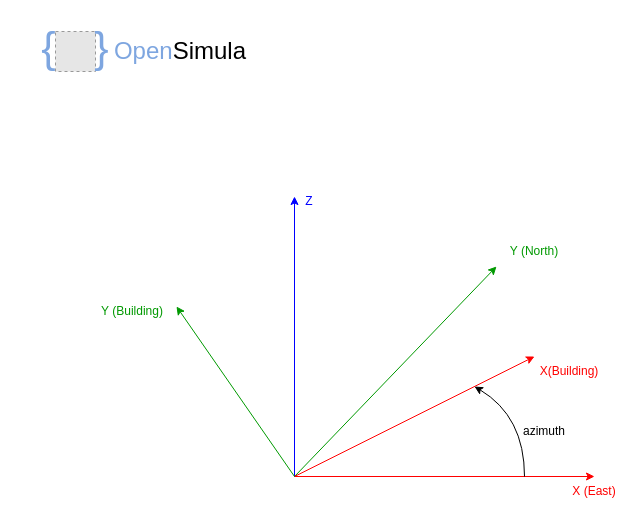
Earlier version of the draw.io diagram page "Página-1" (1 of 4) of mkdocs/draws/Coordinate system.drawio (jfCoronel/OpenSimula). Source tidied: cells renumbered, new cells numbered last; positions are measured from the earlier drawing's top-left corner, leaving out a move shared by most shapes. Both pictures are drawn from the tidied source at 100%, with x=0, y=0 at pixel (17, 17). Pictures stored in the file or linked from it are replaced by grey dashed boxes.
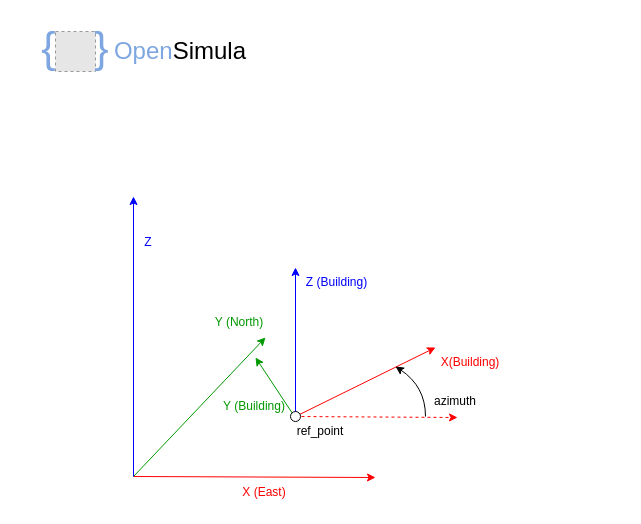
The same diagram, later.

The edit, as a diff of the source:
```diff
@@
     <mxCell id="6" style="endArrow=classic;html=1;rounded=0;fillColor=#0050ef;strokeColor=#FF0000;" parent="1" edge="1">
       <mxGeometry relative="1" as="geometry">
-        <mxPoint x="277" y="459" as="sourcePoint" />
-        <mxPoint x="577" y="459" as="targetPoint" />
+        <mxPoint x="116" y="459" as="sourcePoint" />
+        <mxPoint x="358" y="460" as="targetPoint" />
       </mxGeometry>
     </mxCell>
     <mxCell id="7" style="endArrow=classic;html=1;rounded=0;fillColor=#e51400;strokeColor=#009900;" parent="1" edge="1">
       <mxGeometry relative="1" as="geometry">
-        <mxPoint x="277" y="459" as="sourcePoint" />
-        <mxPoint x="479" y="249" as="targetPoint" />
+        <mxPoint x="116" y="459" as="sourcePoint" />
+        <mxPoint x="248" y="320" as="targetPoint" />
       </mxGeometry>
     </mxCell>
     <mxCell id="8" style="endArrow=classic;html=1;rounded=0;fillColor=#008a00;strokeColor=#0000FF;" parent="1" edge="1">
       <mxGeometry relative="1" as="geometry">
-        <mxPoint x="277" y="459" as="sourcePoint" />
-        <mxPoint x="277" y="179" as="targetPoint" />
+        <mxPoint x="116" y="459" as="sourcePoint" />
+        <mxPoint x="116" y="179" as="targetPoint" />
       </mxGeometry>
     </mxCell>
     <mxCell id="9" value="X (East)" style="text;strokeColor=none;align=center;fillColor=none;html=1;verticalAlign=middle;whiteSpace=wrap;rounded=0;fontColor=#FF0000;" parent="1" vertex="1">
-      <mxGeometry x="547" y="459" width="60" height="30" as="geometry" />
+      <mxGeometry x="217" y="460" width="60" height="30" as="geometry" />
     </mxCell>
     <mxCell id="10" value="&lt;span style=&quot;background-color: initial;&quot;&gt;Y (North)&lt;/span&gt;" style="text;strokeColor=none;align=center;fillColor=none;html=1;verticalAlign=middle;whiteSpace=wrap;rounded=0;fontColor=#009900;" parent="1" vertex="1">
-      <mxGeometry x="487" y="219" width="60" height="30" as="geometry" />
+      <mxGeometry x="192" y="290" width="60" height="30" as="geometry" />
     </mxCell>
     <mxCell id="11" value="&lt;font&gt;Z&lt;/font&gt;" style="text;strokeColor=none;align=center;fillColor=none;html=1;verticalAlign=middle;whiteSpace=wrap;rounded=0;fontColor=#0000FF;" parent="1" vertex="1">
-      <mxGeometry x="277" y="169" width="30" height="30" as="geometry" />
+      <mxGeometry x="116" y="210" width="30" height="30" as="geometry" />
     </mxCell>
     <mxCell id="12" style="endArrow=classic;html=1;rounded=0;fillColor=#0050ef;strokeColor=#FF0000;" parent="1" edge="1">
       <mxGeometry relative="1" as="geometry">
-        <mxPoint x="277" y="459" as="sourcePoint" />
-        <mxPoint x="517" y="339" as="targetPoint" />
+        <mxPoint x="278" y="399" as="sourcePoint" />
+        <mxPoint x="418" y="330" as="targetPoint" />
       </mxGeometry>
     </mxCell>
     <mxCell id="13" style="curved=1;endArrow=classic;html=1;rounded=0;endFill=1;" parent="1" edge="1">
       <mxGeometry relative="1" as="geometry">
-        <mxPoint x="507" y="459" as="sourcePoint" />
-        <mxPoint x="457" y="369" as="targetPoint" />
+        <mxPoint x="408" y="399" as="sourcePoint" />
+        <mxPoint x="378" y="349" as="targetPoint" />
         <Array as="points">
-          <mxPoint x="507" y="399" />
+          <mxPoint x="408" y="369" />
         </Array>
       </mxGeometry>
     </mxCell>
     <mxCell id="14" style="endArrow=classic;html=1;rounded=0;fillColor=#e51400;strokeColor=#009900;" parent="1" edge="1">
       <mxGeometry relative="1" as="geometry">
-        <mxPoint x="277" y="459" as="sourcePoint" />
-        <mxPoint x="159" y="289" as="targetPoint" />
+        <mxPoint x="277" y="399" as="sourcePoint" />
+        <mxPoint x="238" y="340" as="targetPoint" />
       </mxGeometry>
     </mxCell>
     <mxCell id="15" value="X(Building)" style="text;strokeColor=none;align=center;fillColor=none;html=1;verticalAlign=middle;whiteSpace=wrap;rounded=0;fontColor=#FF0000;" parent="1" vertex="1">
-      <mxGeometry x="517" y="339" width="70" height="30" as="geometry" />
+      <mxGeometry x="418" y="330" width="70" height="30" as="geometry" />
     </mxCell>
     <mxCell id="16" value="&lt;font&gt;Y (Building)&lt;/font&gt;" style="text;strokeColor=none;align=center;fillColor=none;html=1;verticalAlign=middle;whiteSpace=wrap;rounded=0;fontColor=#009900;" parent="1" vertex="1">
-      <mxGeometry x="79" y="279" width="72" height="30" as="geometry" />
+      <mxGeometry x="201" y="374" width="72" height="30" as="geometry" />
     </mxCell>
     <mxCell id="17" value="azimuth" style="text;strokeColor=none;align=center;fillColor=none;html=1;verticalAlign=middle;whiteSpace=wrap;rounded=0;" parent="1" vertex="1">
-      <mxGeometry x="497" y="399" width="60" height="30" as="geometry" />
+      <mxGeometry x="408" y="369" width="60" height="30" as="geometry" />
     </mxCell>
+    <mxCell id="18" style="endArrow=classic;html=1;rounded=0;fillColor=#0050ef;strokeColor=#FF0000;dashed=1;" parent="1" edge="1">
+      <mxGeometry relative="1" as="geometry">
+        <mxPoint x="278" y="399" as="sourcePoint" />
+        <mxPoint x="440" y="400" as="targetPoint" />
+      </mxGeometry>
+    </mxCell>
+    <mxCell id="19" style="endArrow=classic;html=1;rounded=0;fillColor=#008a00;strokeColor=#0000FF;" parent="1" edge="1">
+      <mxGeometry relative="1" as="geometry">
+        <mxPoint x="278" y="400" as="sourcePoint" />
+        <mxPoint x="278" y="250" as="targetPoint" />
+      </mxGeometry>
+    </mxCell>
+    <mxCell id="20" value="&lt;font&gt;Z (Building)&lt;/font&gt;" style="text;strokeColor=none;align=center;fillColor=none;html=1;verticalAlign=middle;whiteSpace=wrap;rounded=0;fontColor=#0000FF;" parent="1" vertex="1">
+      <mxGeometry x="277" y="250" width="85" height="30" as="geometry" />
+    </mxCell>
+    <mxCell id="21" style="ellipse;whiteSpace=wrap;html=1;" parent="1" vertex="1">
+      <mxGeometry x="273" y="394" width="10" height="10" as="geometry" />
+    </mxCell>
+    <mxCell id="22" value="ref_point" style="text;strokeColor=none;align=center;fillColor=none;html=1;verticalAlign=middle;whiteSpace=wrap;rounded=0;" parent="1" vertex="1">
+      <mxGeometry x="273" y="399" width="60" height="30" as="geometry" />
+    </mxCell>
```
